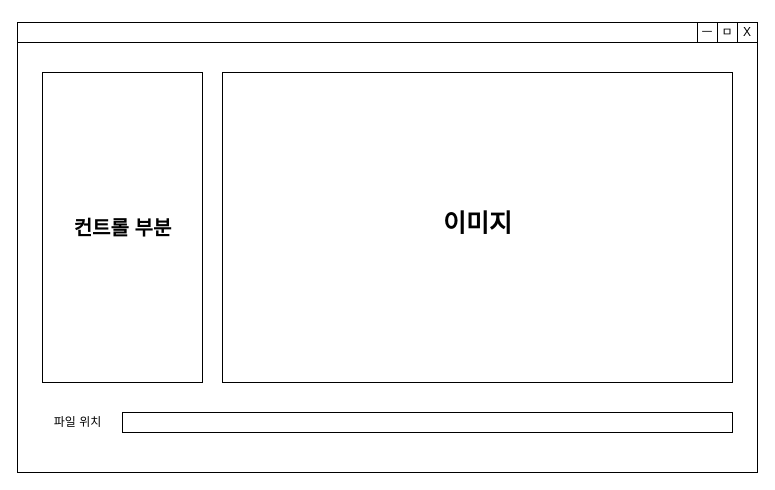
Before: ROI UI 설계.drawio in Hyunmin-Kwak-hub/neighbor21, a draw.io diagram. Source tidied: cells renumbered, new cells numbered last; positions are measured from the earlier drawing's top-left corner, leaving out a move shared by most shapes. Both pictures are drawn from the tidied source at 100%, with x=0, y=0 at pixel (17, 22).
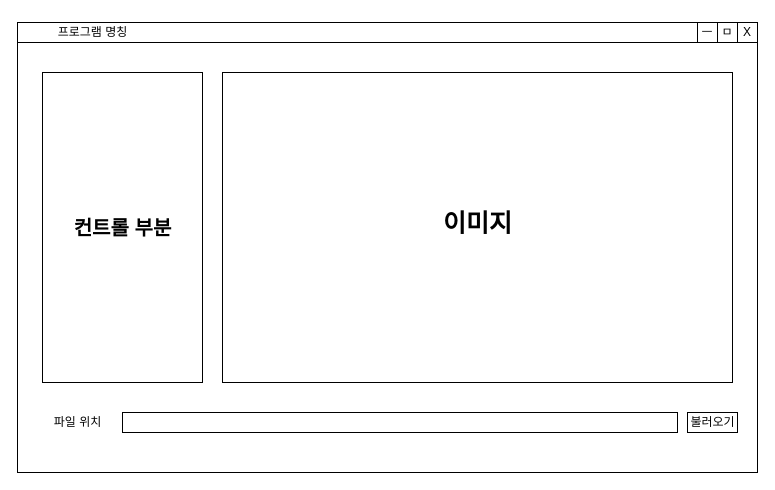
The same page after the edit.

Commit message (it also covers changes not shown here):
ROI UI 설계.drawio 업데이트

What changed in the source:
```diff
@@
 <mxGraphModel>
   <root>
     <mxCell id="0" />
     <mxCell id="1" parent="0" />
     <mxCell id="2" style="rounded=0;whiteSpace=wrap;html=1;" parent="1" vertex="1">
       <mxGeometry width="740" height="450" as="geometry" />
     </mxCell>
     <mxCell id="3" style="rounded=0;whiteSpace=wrap;html=1;" parent="1" vertex="1">
       <mxGeometry x="205" y="50" width="510" height="310" as="geometry" />
     </mxCell>
     <mxCell id="4" style="rounded=0;whiteSpace=wrap;html=1;" parent="1" vertex="1">
       <mxGeometry width="740" height="20" as="geometry" />
     </mxCell>
     <mxCell id="5" value="X" style="whiteSpace=wrap;html=1;" parent="1" vertex="1">
       <mxGeometry x="720" width="20" height="20" as="geometry" />
     </mxCell>
     <mxCell id="6" value="ㅁ" style="whiteSpace=wrap;html=1;" parent="1" vertex="1">
       <mxGeometry x="700" width="20" height="20" as="geometry" />
     </mxCell>
     <mxCell id="7" value="ㅡ" style="whiteSpace=wrap;html=1;" parent="1" vertex="1">
       <mxGeometry x="680" width="20" height="20" as="geometry" />
     </mxCell>
     <mxCell id="8" style="rounded=0;whiteSpace=wrap;html=1;" parent="1" vertex="1">
       <mxGeometry x="25" y="50" width="160" height="310" as="geometry" />
     </mxCell>
     <mxCell id="9" value="이미지" style="text;html=1;align=center;verticalAlign=middle;strokeColor=none;fillColor=none;fontSize=25;fontStyle=1;" parent="1" vertex="1">
       <mxGeometry x="410" y="180" width="100" height="40" as="geometry" />
     </mxCell>
     <mxCell id="10" style="rounded=0;whiteSpace=wrap;html=1;" parent="1" vertex="1">
-      <mxGeometry x="105" y="390" width="610" height="20" as="geometry" />
+      <mxGeometry x="105" y="390" width="555" height="20" as="geometry" />
     </mxCell>
     <mxCell id="11" value="파일 위치" style="text;html=1;align=center;verticalAlign=middle;strokeColor=none;fillColor=none;" parent="1" vertex="1">
       <mxGeometry x="25" y="385" width="70" height="30" as="geometry" />
     </mxCell>
     <mxCell id="12" value="컨트롤 부분" style="text;html=1;align=center;verticalAlign=middle;strokeColor=none;fillColor=none;fontSize=20;fontStyle=1;" parent="1" vertex="1">
       <mxGeometry x="40" y="185" width="130" height="40" as="geometry" />
     </mxCell>
+    <mxCell id="13" style="rounded=0;whiteSpace=wrap;html=1;" parent="1" vertex="1">
+      <mxGeometry x="670" y="390" width="50" height="20" as="geometry" />
+    </mxCell>
+    <mxCell id="14" value="불러오기" style="text;html=1;align=center;verticalAlign=middle;strokeColor=none;fillColor=none;" parent="1" vertex="1">
+      <mxGeometry x="660" y="385" width="70" height="30" as="geometry" />
+    </mxCell>
+    <mxCell id="15" value="프로그램 명칭" style="text;html=1;align=center;verticalAlign=middle;strokeColor=none;fillColor=none;" parent="1" vertex="1">
+      <mxGeometry x="25" y="-5" width="100" height="30" as="geometry" />
+    </mxCell>
   </root>
 </mxGraphModel>
```
